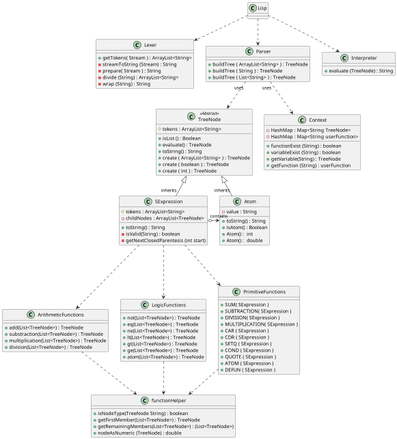
Above: classesUML.png in DiegoLinares11/LISP-Project (PlantUML), before the change.
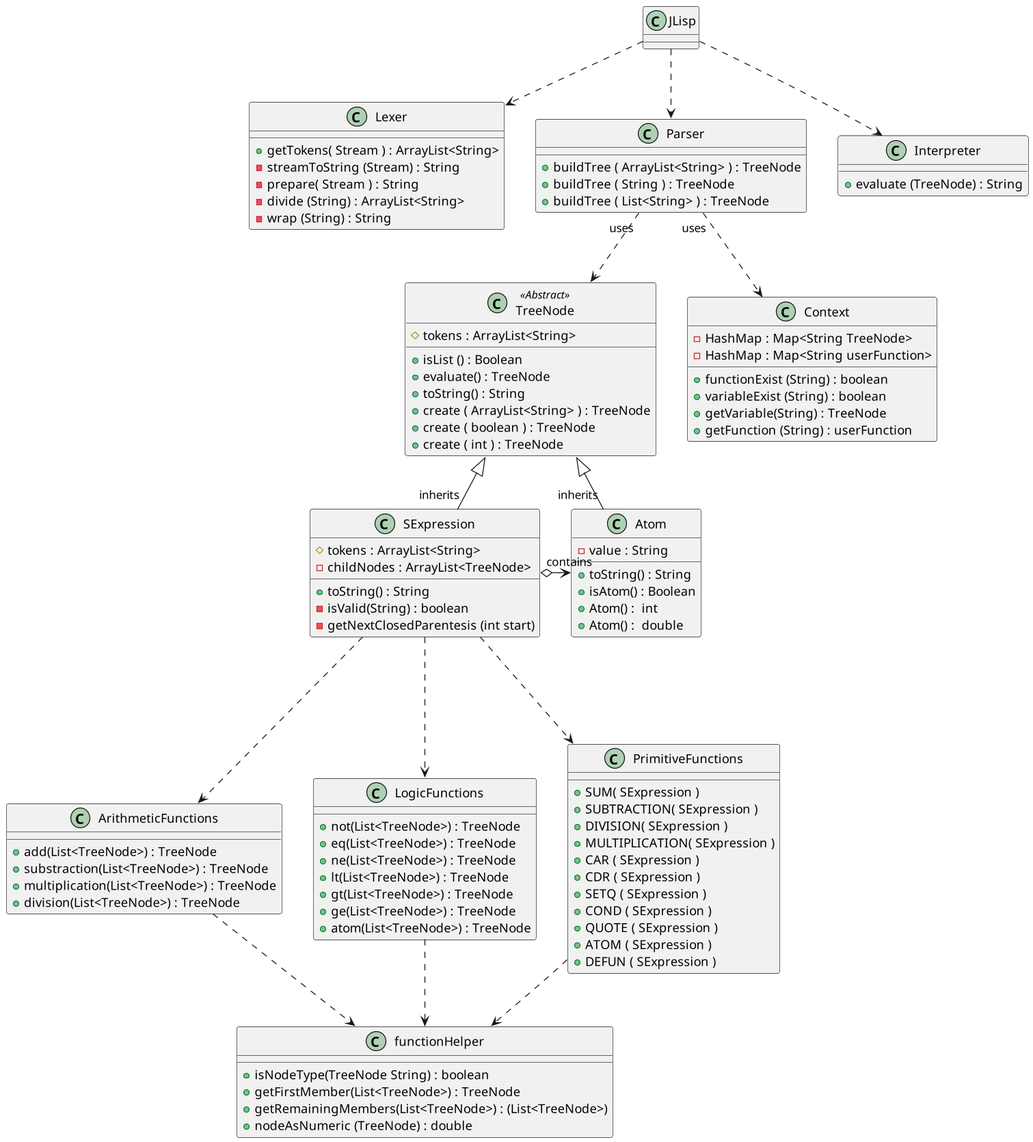
After the change.

Commit message:
Update: Classes UML

Change to the diagram source:
```diff
@@ -1,6 +1,6 @@
 @startuml
 
-class Lisp
+class JLisp
 class Lexer
 class Parser
 class Interpreter
@@ -8,15 +8,17 @@
 class functionHelper
 class LogicFunctions
 class Context
-Lisp ..> Lexer
-Lisp ..> Parser
-Lisp ..> Interpreter
+JLisp ..> Lexer
+JLisp ..> Parser
+JLisp ..> Interpreter
 
 abstract class TreeNode
 class Atom
 class SExpression
+class PrimitiveFunctions
 
-class PrimitiveFunctions
+class JLisp {
+}
 
 class Lexer {
     + getTokens( Stream ) : ArrayList<String>
@@ -31,8 +33,6 @@
     + buildTree ( ArrayList<String> ) : TreeNode
     + buildTree ( String ) : TreeNode
     + buildTree ( List<String> ) : TreeNode
-
-
 }
 
 class Interpreter {
```
